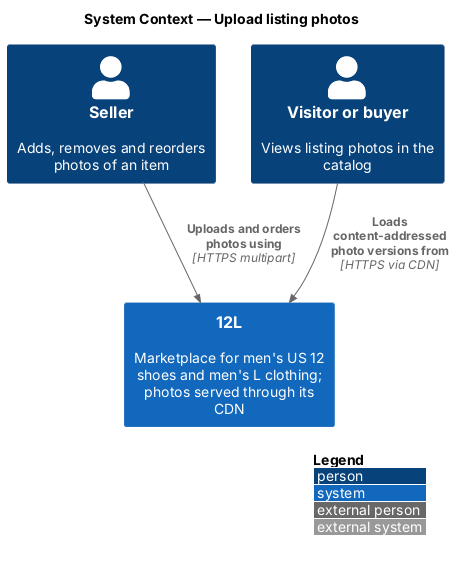
Above: docs/detailed-designs/listings/upload-listing-photos/diagrams/c4-context.png in QuinntyneBrown/12l (PlantUML), before the change. Source of this version:
```plantuml
@startuml
!include <C4/C4_Context>
LAYOUT_WITH_LEGEND()
title System Context — Upload listing photos

Person(seller, "Seller", "Adds, removes and reorders photos of an item")
Person(buyer, "Visitor or buyer", "Views listing photos in the catalog")
System(twelvel, "12L", "Marketplace for men's US 12 shoes and men's L clothing; photos served through its CDN")

Rel(seller, twelvel, "Uploads and orders photos using", "HTTPS multipart")
Rel(buyer, twelvel, "Loads content-addressed photo versions from", "HTTPS via CDN")
@enduml
```
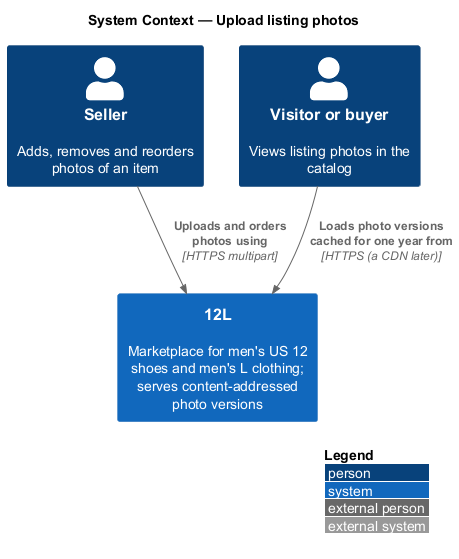
Later version of the same file.

What changed in the source:
```diff
@@ -5,8 +5,8 @@
 
 Person(seller, "Seller", "Adds, removes and reorders photos of an item")
 Person(buyer, "Visitor or buyer", "Views listing photos in the catalog")
-System(twelvel, "12L", "Marketplace for men's US 12 shoes and men's L clothing; photos served through its CDN")
+System(twelvel, "12L", "Marketplace for men's US 12 shoes and men's L clothing; serves content-addressed photo versions")
 
 Rel(seller, twelvel, "Uploads and orders photos using", "HTTPS multipart")
-Rel(buyer, twelvel, "Loads content-addressed photo versions from", "HTTPS via CDN")
+Rel(buyer, twelvel, "Loads photo versions cached for one year from", "HTTPS (a CDN later)")
 @enduml
```
